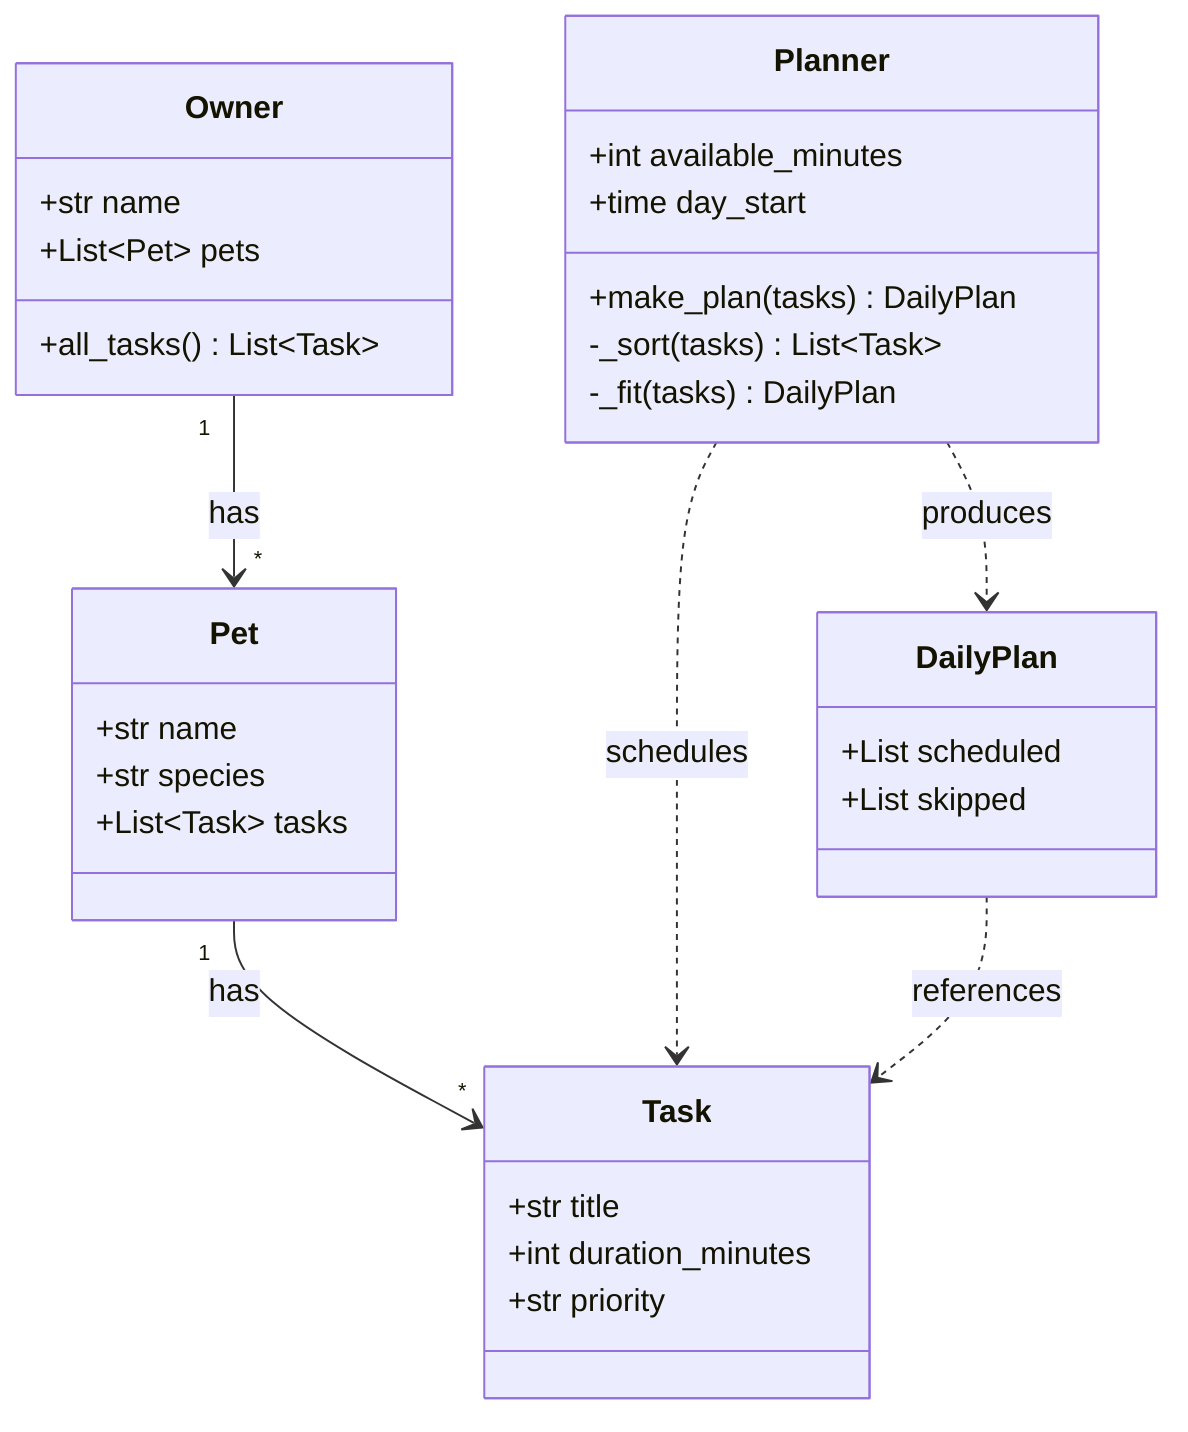
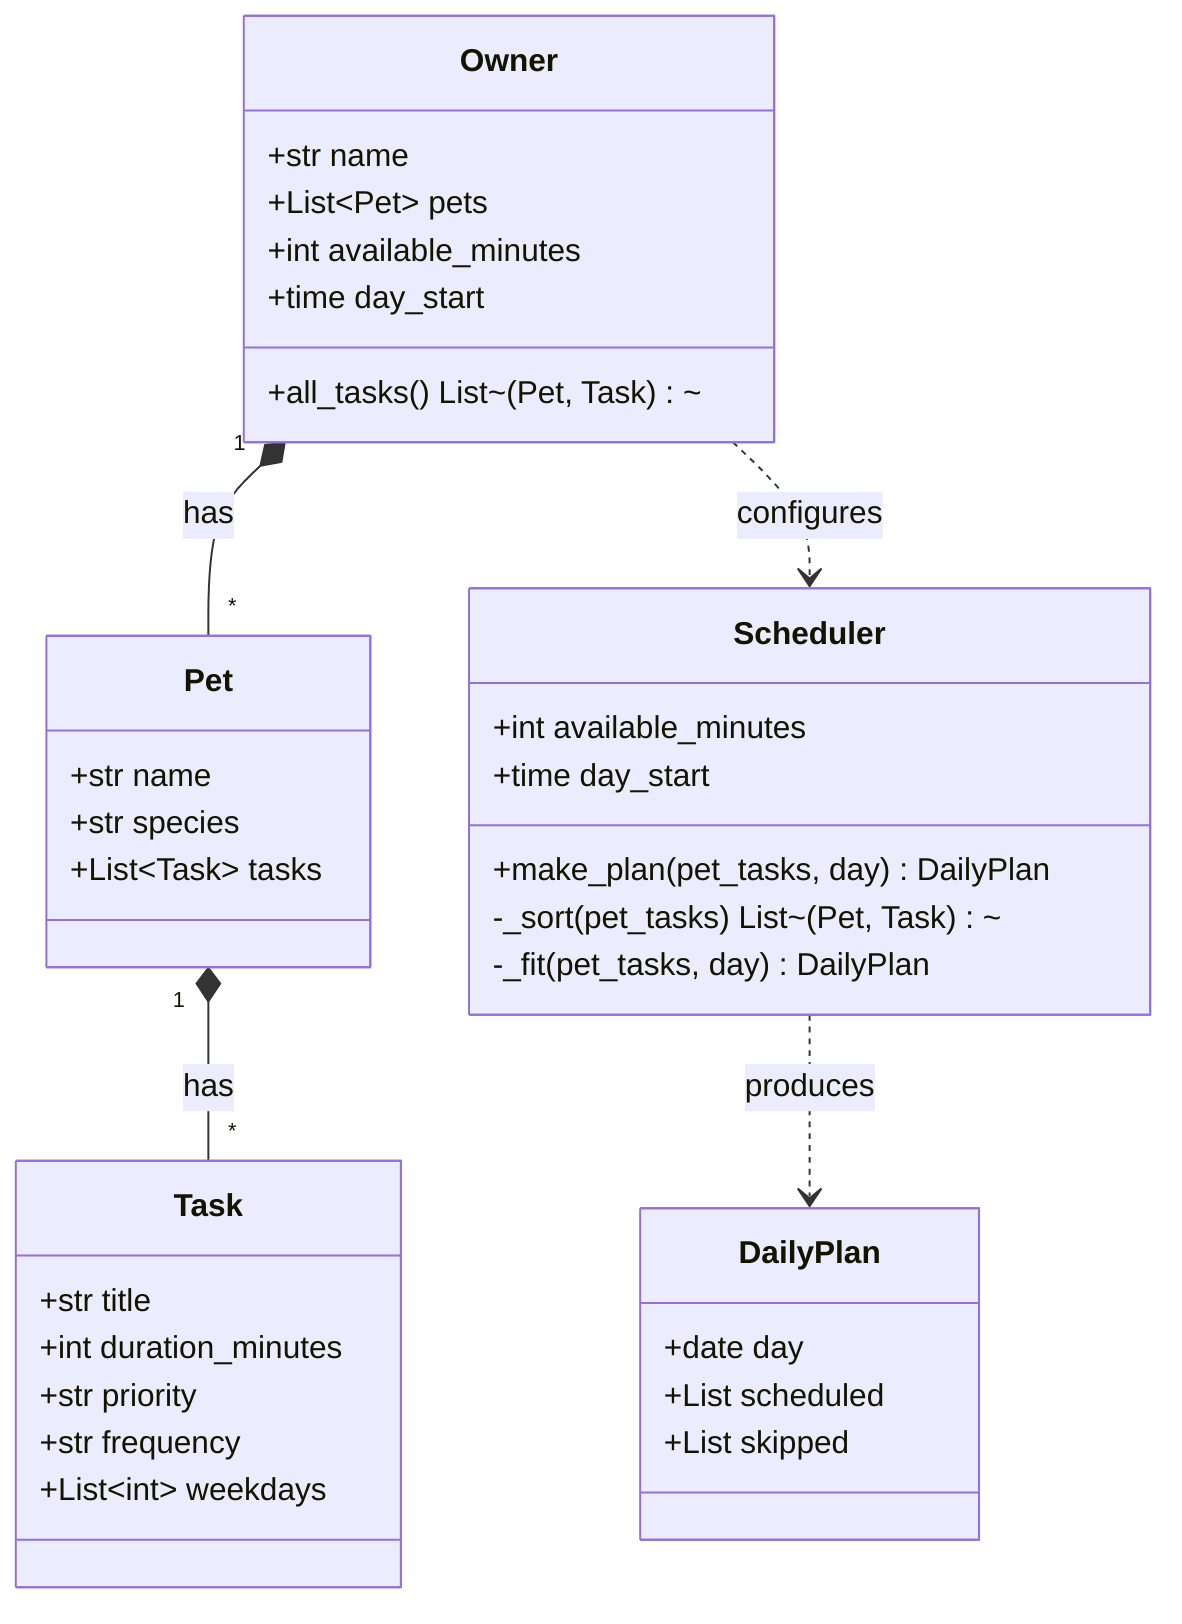
classDiagram
    class Task {
        +str title
        +int duration_minutes
        +str priority
+         +str frequency
+         +List~int~ weekdays
    }

    class Pet {
        +str name
        +str species
        +List~Task~ tasks
    }

    class Owner {
        +str name
        +List~Pet~ pets
-         +all_tasks() List~Task~
+         +int available_minutes
+         +time day_start
+         +all_tasks() List~(Pet, Task)~
    }

    class DailyPlan {
+         +date day
        +List scheduled
        +List skipped
    }

-     class Planner {
+     class Scheduler {
        +int available_minutes
        +time day_start
-         +make_plan(tasks) DailyPlan
-         -_sort(tasks) List~Task~
-         -_fit(tasks) DailyPlan
+         +make_plan(pet_tasks, day) DailyPlan
+         -_sort(pet_tasks) List~(Pet, Task)~
+         -_fit(pet_tasks, day) DailyPlan
    }

-     Owner "1" --> "*" Pet : has
-     Pet "1" --> "*" Task : has
-     Planner ..> Task : schedules
-     Planner ..> DailyPlan : produces
-     DailyPlan ..> Task : references
+     Owner "1" *-- "*" Pet : has
+     Pet "1" *-- "*" Task : has
+     Owner ..> Scheduler : configures
+     Scheduler ..> DailyPlan : produces
